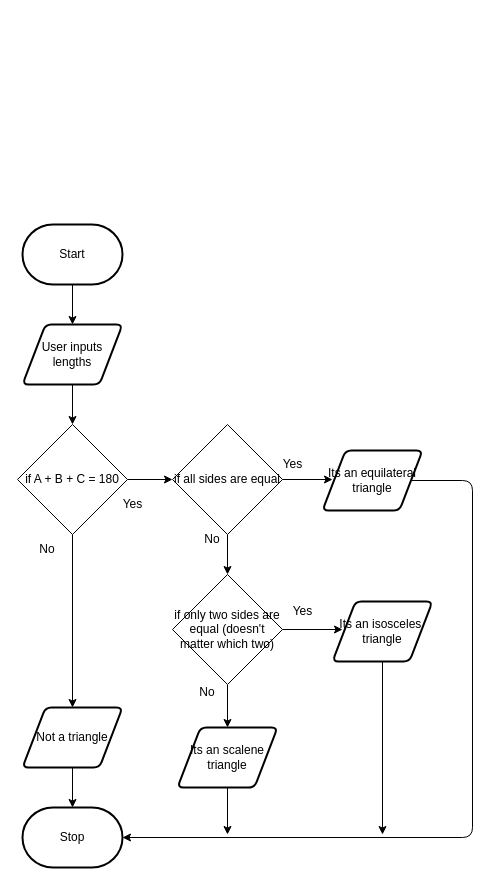
Before: design/flow-chart.drawio in ekaterina-chernykh/ICS20-Unit-5-05, a draw.io diagram. Source tidied: cells renumbered, new cells numbered last; positions are measured from the earlier drawing's top-left corner, leaving out a move shared by most shapes. Both pictures are drawn from the tidied source at 100%, with x=0, y=0 at pixel (17, 224).
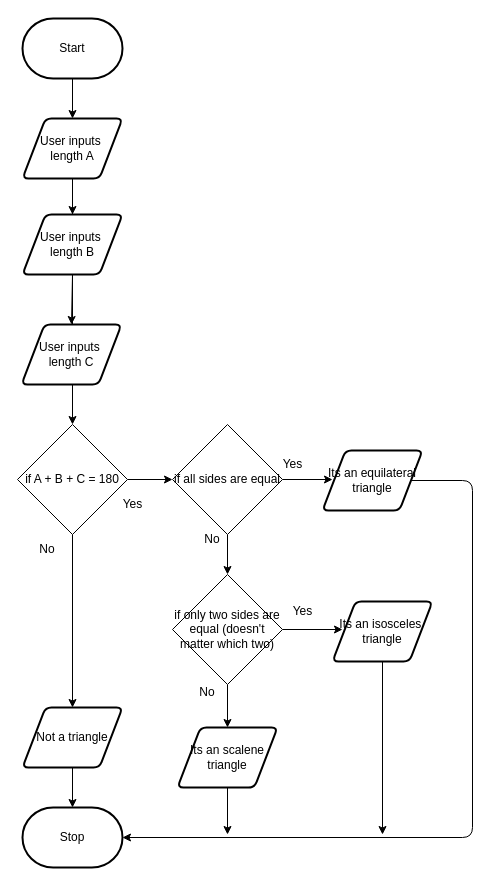
After the change.

What changed in the source:
```diff
@@
     <mxCell id="3" value="Start" style="strokeWidth=2;html=1;shape=mxgraph.flowchart.terminator;whiteSpace=wrap;" parent="1" vertex="1">
-      <mxGeometry x="5" width="100" height="60" as="geometry" />
+      <mxGeometry x="5" y="-206" width="100" height="60" as="geometry" />
     </mxCell>
-    <mxCell id="4" style="edgeStyle=none;html=1;" parent="1" edge="1" source="5">
+    <mxCell id="4" style="edgeStyle=none;html=1;startArrow=none;" parent="1" edge="1" source="32">
       <mxGeometry relative="1" as="geometry">
         <mxPoint x="55" y="200" as="targetPoint" />
       </mxGeometry>
     </mxCell>
+    <mxCell id="30" style="edgeStyle=none;html=1;exitX=0.5;exitY=1;exitDx=0;exitDy=0;entryX=0.5;entryY=0;entryDx=0;entryDy=0;" parent="1" edge="1" source="5" target="32">
+      <mxGeometry relative="1" as="geometry" />
+    </mxCell>
-    <mxCell id="5" value="User inputs lengths" style="shape=parallelogram;html=1;strokeWidth=2;perimeter=parallelogramPerimeter;whiteSpace=wrap;rounded=1;arcSize=12;size=0.23;" parent="1" vertex="1">
-      <mxGeometry x="5" y="100" width="100" height="60" as="geometry" />
+    <mxCell id="5" value="User inputs&amp;nbsp; length A" style="shape=parallelogram;html=1;strokeWidth=2;perimeter=parallelogramPerimeter;whiteSpace=wrap;rounded=1;arcSize=12;size=0.23;" parent="1" vertex="1">
+      <mxGeometry x="5" y="-106" width="100" height="60" as="geometry" />
     </mxCell>
@@
+    <mxCell id="31" style="edgeStyle=none;html=1;exitX=0.5;exitY=1;exitDx=0;exitDy=0;entryX=0.5;entryY=0;entryDx=0;entryDy=0;" parent="1" edge="1" source="32" target="34">
+      <mxGeometry relative="1" as="geometry" />
+    </mxCell>
+    <mxCell id="32" value="User inputs&amp;nbsp; length B" style="shape=parallelogram;html=1;strokeWidth=2;perimeter=parallelogramPerimeter;whiteSpace=wrap;rounded=1;arcSize=12;size=0.23;" parent="1" vertex="1">
+      <mxGeometry x="5" y="-10" width="100" height="60" as="geometry" />
+    </mxCell>
+    <mxCell id="33" style="edgeStyle=none;html=1;endArrow=none;" parent="1" edge="1" source="5" target="32">
+      <mxGeometry relative="1" as="geometry" />
+    </mxCell>
+    <mxCell id="34" value="User inputs&amp;nbsp; length C" style="shape=parallelogram;html=1;strokeWidth=2;perimeter=parallelogramPerimeter;whiteSpace=wrap;rounded=1;arcSize=12;size=0.23;" parent="1" vertex="1">
+      <mxGeometry x="4" y="100" width="100" height="60" as="geometry" />
+    </mxCell>
```
